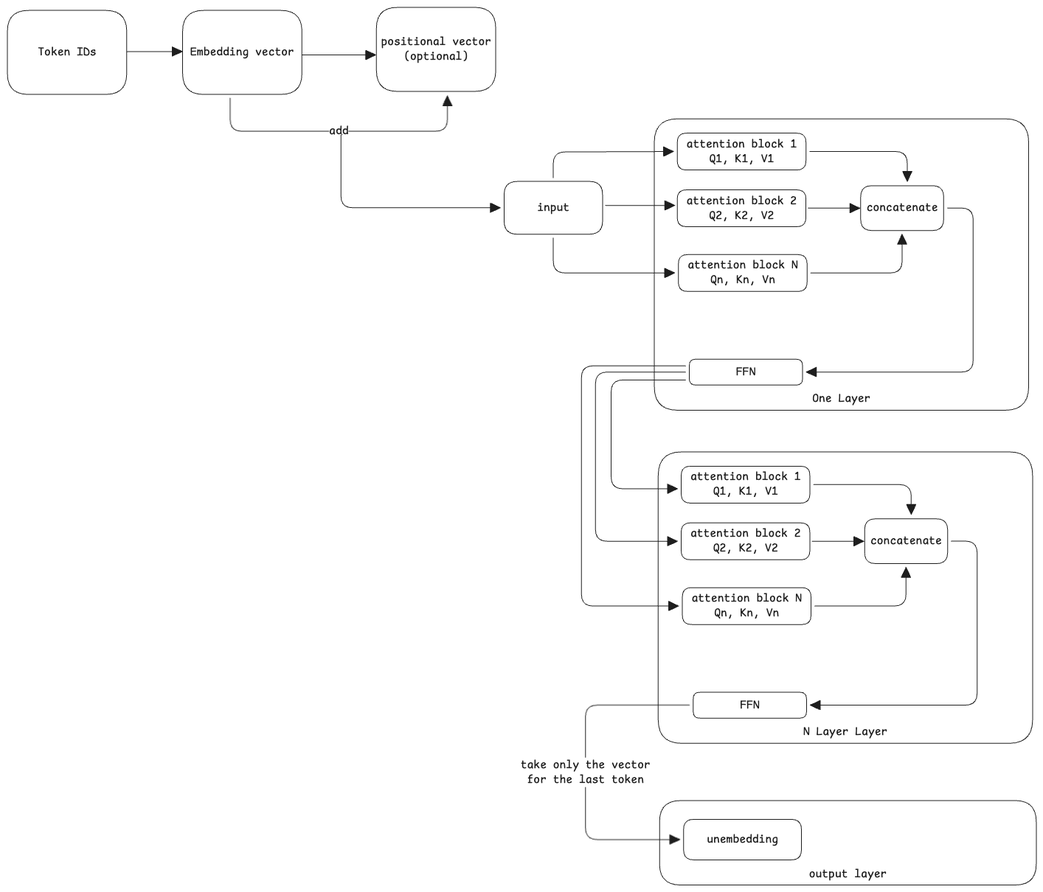
Earlier version of the Excalidraw export static/img/ai-llm-hl.excalidraw.png (swaroopar/inprogress-engineer). Source tidied: one line per element, renumbered; positions are measured from the earlier drawing's top-left corner, leaving out a move shared by most shapes.
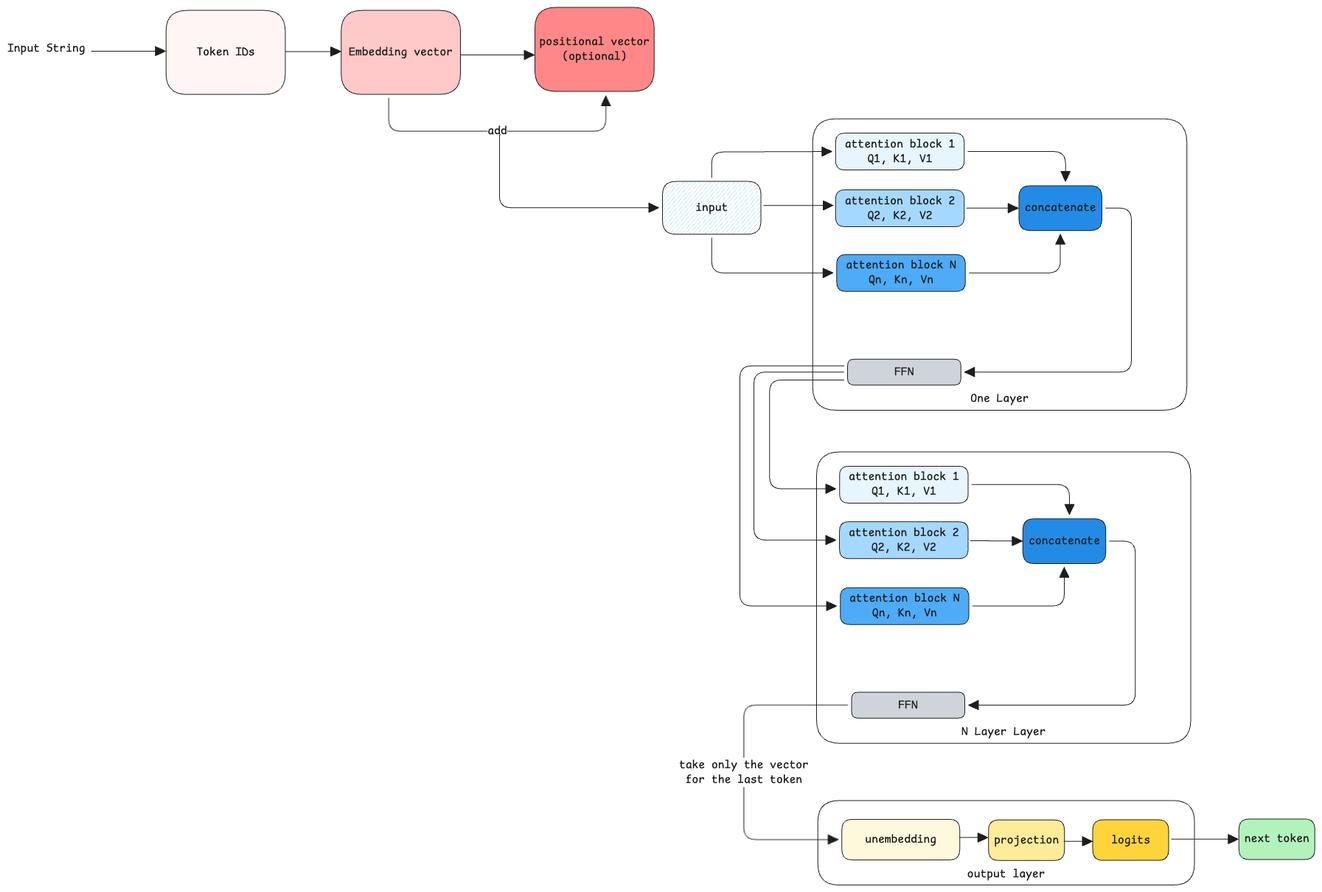
Above is the later version.

What changed in the source:
```diff
@@ -1,30 +1,30 @@
-{"id": 0, "type": "rectangle", "strokeColor": "#1e1e1e", "strokeWidth": 1, "roughness": 0, "round": true, "x": 0, "y": 4, "width": 162, "height": 114}
+{"id": 0, "type": "rectangle", "strokeColor": "#1e1e1e", "backgroundColor": "#fff5f5", "fillStyle": "solid", "strokeWidth": 1, "roughness": 0, "round": true, "x": 0, "y": 4, "width": 162, "height": 114}
 {"id": 1, "type": "text", "text": "Token IDs", "strokeColor": "#1e1e1e", "strokeWidth": 2, "roughness": 1, "fontSize": 16, "fontFamily": 8, "textAlign": "center", "verticalAlign": "middle", "inside": 0, "x": 41, "y": 51, "width": 79, "height": 20}
 {"id": 2, "type": "arrow", "strokeColor": "#1e1e1e", "strokeWidth": 1, "roughness": 0, "endArrowhead": "triangle", "from": 0, "x": 162, "y": 60, "width": 75, "height": 0, "points": [[0, 0], [75, 0]]}
-{"id": 3, "type": "rectangle", "strokeColor": "#1e1e1e", "strokeWidth": 1, "roughness": 0, "round": true, "x": 238, "y": 4, "width": 162, "height": 114}
+{"id": 3, "type": "rectangle", "strokeColor": "#1e1e1e", "backgroundColor": "#ffc9c9", "fillStyle": "solid", "strokeWidth": 1, "roughness": 0, "round": true, "x": 238, "y": 4, "width": 162, "height": 114}
 {"id": 4, "type": "text", "text": "Embedding vector", "strokeColor": "#1e1e1e", "strokeWidth": 2, "roughness": 1, "fontSize": 16, "fontFamily": 8, "textAlign": "center", "verticalAlign": "middle", "inside": 3, "x": 248, "y": 51, "width": 141, "height": 20}
-{"id": 5, "type": "rectangle", "strokeColor": "#1e1e1e", "strokeWidth": 1, "roughness": 0, "round": true, "x": 500, "y": 0, "width": 162, "height": 114}
+{"id": 5, "type": "rectangle", "strokeColor": "#1e1e1e", "backgroundColor": "#ff8787", "fillStyle": "solid", "strokeWidth": 1, "roughness": 0, "round": true, "x": 500, "y": 0, "width": 162, "height": 114}
 {"id": 6, "type": "text", "text": "positional vector\n(optional)", "strokeColor": "#1e1e1e", "strokeWidth": 2, "roughness": 1, "fontSize": 16, "fontFamily": 8, "textAlign": "center", "verticalAlign": "middle", "inside": 5, "x": 506, "y": 37, "width": 150, "height": 40}
 {"id": 7, "type": "arrow", "strokeColor": "#1e1e1e", "strokeWidth": 1, "roughness": 0, "endArrowhead": "triangle", "from": 3, "to": 5, "x": 400, "y": 65, "width": 100, "height": 0, "points": [[0, 0], [100, 0]]}
 {"id": 8, "type": "arrow", "strokeColor": "#1e1e1e", "strokeWidth": 1, "roughness": 0, "endArrowhead": "triangle", "from": 3, "to": 5, "x": 302, "y": 123, "width": 294, "height": 48, "points": [[0, 0], [0, 45], [294, 45], [294, -3]]}
 {"id": 9, "type": "text", "text": "add", "strokeColor": "#1e1e1e", "strokeWidth": 1, "roughness": 0, "fontSize": 16, "fontFamily": 8, "textAlign": "center", "verticalAlign": "middle", "inside": 8, "x": 436, "y": 158, "width": 26, "height": 20}
 {"id": 10, "type": "rectangle", "strokeColor": "#1e1e1e", "strokeWidth": 1, "roughness": 0, "round": true, "x": 877, "y": 151, "width": 508, "height": 395}
 {"id": 11, "type": "text", "text": "One Layer", "strokeColor": "#1e1e1e", "strokeWidth": 1, "roughness": 0, "fontSize": 16, "fontFamily": 8, "textAlign": "center", "verticalAlign": "bottom", "inside": 10, "x": 1091, "y": 521, "width": 79, "height": 20}
-{"id": 12, "type": "rectangle", "strokeColor": "#1e1e1e", "strokeWidth": 1, "roughness": 0, "round": true, "x": 924, "y": 477, "width": 154, "height": 35}
+{"id": 12, "type": "rectangle", "strokeColor": "#1e1e1e", "backgroundColor": "#ced4da", "fillStyle": "solid", "strokeWidth": 1, "roughness": 0, "round": true, "x": 924, "y": 477, "width": 154, "height": 35}
 {"id": 13, "type": "text", "text": "FFN", "strokeColor": "#1e1e1e", "strokeWidth": 1, "roughness": 0, "fontSize": 16, "fontFamily": 8, "textAlign": "center", "verticalAlign": "middle", "inside": 12, "x": 988, "y": 485, "width": 26, "height": 20}
-{"id": 14, "type": "rectangle", "strokeColor": "#1e1e1e", "strokeWidth": 1, "roughness": 0, "round": true, "x": 908, "y": 171, "width": 174, "height": 50}
+{"id": 14, "type": "rectangle", "strokeColor": "#1e1e1e", "backgroundColor": "#e7f5ff", "fillStyle": "solid", "strokeWidth": 1, "roughness": 0, "round": true, "x": 908, "y": 171, "width": 174, "height": 50}
 {"id": 15, "type": "text", "text": "attention block 1\nQ1, K1, V1", "strokeColor": "#1e1e1e", "strokeWidth": 1, "roughness": 0, "fontSize": 16, "fontFamily": 8, "textAlign": "center", "verticalAlign": "middle", "inside": 14, "x": 921, "y": 176, "width": 150, "height": 40}
-{"id": 16, "type": "rectangle", "strokeColor": "#1e1e1e", "strokeWidth": 1, "roughness": 0, "round": true, "x": 908, "y": 248, "width": 174, "height": 50}
+{"id": 16, "type": "rectangle", "strokeColor": "#1e1e1e", "backgroundColor": "#a5d8ff", "fillStyle": "solid", "strokeWidth": 1, "roughness": 0, "round": true, "x": 908, "y": 248, "width": 174, "height": 50}
 {"id": 17, "type": "text", "text": "attention block 2\nQ2, K2, V2", "strokeColor": "#1e1e1e", "strokeWidth": 1, "roughness": 0, "fontSize": 16, "fontFamily": 8, "textAlign": "center", "verticalAlign": "middle", "inside": 16, "x": 921, "y": 253, "width": 150, "height": 40}
-{"id": 18, "type": "rectangle", "strokeColor": "#1e1e1e", "strokeWidth": 1, "roughness": 0, "round": true, "x": 910, "y": 335, "width": 174, "height": 50}
+{"id": 18, "type": "rectangle", "strokeColor": "#1e1e1e", "backgroundColor": "#4dabf7", "fillStyle": "solid", "strokeWidth": 1, "roughness": 0, "round": true, "x": 910, "y": 335, "width": 174, "height": 50}
 {"id": 19, "type": "text", "text": "attention block N\nQn, Kn, Vn", "strokeColor": "#1e1e1e", "strokeWidth": 1, "roughness": 0, "fontSize": 16, "fontFamily": 8, "textAlign": "center", "verticalAlign": "middle", "inside": 18, "x": 922, "y": 340, "width": 150, "height": 40}
-{"id": 20, "type": "rectangle", "strokeColor": "#1e1e1e", "strokeWidth": 1, "roughness": 0, "round": true, "x": 673, "y": 236, "width": 133, "height": 72}
+{"id": 20, "type": "rectangle", "strokeColor": "#1e1e1e", "backgroundColor": "#a5d8ff", "fillStyle": "hachure", "strokeWidth": 1, "roughness": 0, "round": true, "x": 673, "y": 236, "width": 133, "height": 72}
 {"id": 21, "type": "text", "text": "input", "strokeColor": "#1e1e1e", "strokeWidth": 1, "roughness": 0, "fontSize": 16, "fontFamily": 8, "textAlign": "center", "verticalAlign": "middle", "inside": 20, "x": 718, "y": 262, "width": 44, "height": 20}
 {"id": 22, "type": "arrow", "strokeColor": "#1e1e1e", "strokeWidth": 1, "roughness": 0, "endArrowhead": "triangle", "to": 20, "x": 454, "y": 173, "width": 216, "height": 99, "points": [[0, 0], [-2, 0], [-2, 99], [215, 99]]}
 {"id": 23, "type": "arrow", "strokeColor": "#1e1e1e", "strokeWidth": 1, "roughness": 0, "endArrowhead": "triangle", "from": 20, "to": 14, "x": 740, "y": 231, "width": 163, "height": 36, "points": [[0, 0], [0, -35], [163, -36]]}
 {"id": 24, "type": "arrow", "strokeColor": "#1e1e1e", "strokeWidth": 1, "roughness": 0, "endArrowhead": "triangle", "from": 20, "to": 16, "x": 811, "y": 269, "width": 94, "height": 0, "points": [[0, 0], [94, 0]]}
 {"id": 25, "type": "arrow", "strokeColor": "#1e1e1e", "strokeWidth": 1, "roughness": 0, "endArrowhead": "triangle", "from": 20, "to": 18, "x": 740, "y": 313, "width": 165, "height": 48, "points": [[0, 0], [0, 48], [165, 48]]}
-{"id": 26, "type": "rectangle", "strokeColor": "#1e1e1e", "strokeWidth": 1, "roughness": 0, "round": true, "x": 1157, "y": 242, "width": 113, "height": 61}
+{"id": 26, "type": "rectangle", "strokeColor": "#1e1e1e", "backgroundColor": "#228be6", "fillStyle": "solid", "strokeWidth": 1, "roughness": 0, "round": true, "x": 1157, "y": 242, "width": 113, "height": 61}
 {"id": 27, "type": "text", "text": "concatenate", "strokeColor": "#1e1e1e", "strokeWidth": 1, "roughness": 0, "fontSize": 16, "fontFamily": 8, "textAlign": "center", "verticalAlign": "middle", "inside": 26, "x": 1165, "y": 262, "width": 97, "height": 20}
 {"id": 28, "type": "arrow", "strokeColor": "#1e1e1e", "strokeWidth": 1, "roughness": 0, "endArrowhead": "triangle", "from": 14, "to": 26, "x": 1088, "y": 196, "width": 132, "height": 41, "points": [[0, 0], [132, 0], [132, 41]]}
 {"id": 29, "type": "arrow", "strokeColor": "#1e1e1e", "strokeWidth": 1, "roughness": 0, "endArrowhead": "triangle", "from": 16, "to": 26, "x": 1086, "y": 272, "width": 70, "height": 0, "points": [[0, 0], [70, 0]]}
@@ -32,26 +32,37 @@
 {"id": 31, "type": "arrow", "strokeColor": "#1e1e1e", "strokeWidth": 1, "roughness": 0, "endArrowhead": "triangle", "from": 26, "to": 12, "x": 1274, "y": 272, "width": 226, "height": 222, "points": [[0, 0], [35, 0], [35, 222], [-191, 222]]}
 {"id": 32, "type": "rectangle", "strokeColor": "#1e1e1e", "strokeWidth": 1, "roughness": 0, "round": true, "x": 882, "y": 603, "width": 508, "height": 395}
 {"id": 33, "type": "text", "text": "N Layer Layer", "strokeColor": "#1e1e1e", "strokeWidth": 1, "roughness": 0, "fontSize": 16, "fontFamily": 8, "textAlign": "center", "verticalAlign": "bottom", "inside": 32, "x": 1079, "y": 973, "width": 114, "height": 20}
-{"id": 34, "type": "rectangle", "strokeColor": "#1e1e1e", "strokeWidth": 1, "roughness": 0, "round": true, "x": 930, "y": 929, "width": 154, "height": 35}
+{"id": 34, "type": "rectangle", "strokeColor": "#1e1e1e", "backgroundColor": "#ced4da", "fillStyle": "solid", "strokeWidth": 1, "roughness": 0, "round": true, "x": 930, "y": 929, "width": 154, "height": 35}
 {"id": 35, "type": "text", "text": "FFN", "strokeColor": "#1e1e1e", "strokeWidth": 1, "roughness": 0, "fontSize": 16, "fontFamily": 8, "textAlign": "center", "verticalAlign": "middle", "inside": 34, "x": 993, "y": 937, "width": 26, "height": 20}
-{"id": 36, "type": "rectangle", "strokeColor": "#1e1e1e", "strokeWidth": 1, "roughness": 0, "round": true, "x": 914, "y": 622, "width": 174, "height": 50}
+{"id": 36, "type": "rectangle", "strokeColor": "#1e1e1e", "backgroundColor": "#e7f5ff", "fillStyle": "solid", "strokeWidth": 1, "roughness": 0, "round": true, "x": 914, "y": 622, "width": 174, "height": 50}
 {"id": 37, "type": "text", "text": "attention block 1\nQ1, K1, V1", "strokeColor": "#1e1e1e", "strokeWidth": 1, "roughness": 0, "fontSize": 16, "fontFamily": 8, "textAlign": "center", "verticalAlign": "middle", "inside": 36, "x": 926, "y": 627, "width": 150, "height": 40}
-{"id": 38, "type": "rectangle", "strokeColor": "#1e1e1e", "strokeWidth": 1, "roughness": 0, "round": true, "x": 913, "y": 699, "width": 174, "height": 50}
+{"id": 38, "type": "rectangle", "strokeColor": "#1e1e1e", "backgroundColor": "#a5d8ff", "fillStyle": "solid", "strokeWidth": 1, "roughness": 0, "round": true, "x": 913, "y": 698, "width": 174, "height": 50}
-{"id": 39, "type": "text", "text": "attention block 2\nQ2, K2, V2", "strokeColor": "#1e1e1e", "strokeWidth": 1, "roughness": 0, "fontSize": 16, "fontFamily": 8, "textAlign": "center", "verticalAlign": "middle", "inside": 38, "x": 926, "y": 704, "width": 150, "height": 40}
+{"id": 39, "type": "text", "text": "attention block 2\nQ2, K2, V2", "strokeColor": "#1e1e1e", "strokeWidth": 1, "roughness": 0, "fontSize": 16, "fontFamily": 8, "textAlign": "center", "verticalAlign": "middle", "inside": 38, "x": 926, "y": 703, "width": 150, "height": 40}
-{"id": 40, "type": "rectangle", "strokeColor": "#1e1e1e", "strokeWidth": 1, "roughness": 0, "round": true, "x": 915, "y": 787, "width": 174, "height": 50}
+{"id": 40, "type": "rectangle", "strokeColor": "#1e1e1e", "backgroundColor": "#4dabf7", "fillStyle": "solid", "strokeWidth": 1, "roughness": 0, "round": true, "x": 915, "y": 787, "width": 174, "height": 50}
 {"id": 41, "type": "text", "text": "attention block N\nQn, Kn, Vn", "strokeColor": "#1e1e1e", "strokeWidth": 1, "roughness": 0, "fontSize": 16, "fontFamily": 8, "textAlign": "center", "verticalAlign": "middle", "inside": 40, "x": 927, "y": 792, "width": 150, "height": 40}
-{"id": 42, "type": "rectangle", "strokeColor": "#1e1e1e", "strokeWidth": 1, "roughness": 0, "round": true, "x": 1162, "y": 694, "width": 113, "height": 61}
+{"id": 42, "type": "rectangle", "strokeColor": "#1e1e1e", "backgroundColor": "#228be6", "fillStyle": "solid", "strokeWidth": 1, "roughness": 0, "round": true, "x": 1162, "y": 694, "width": 113, "height": 61}
 {"id": 43, "type": "text", "text": "concatenate", "strokeColor": "#1e1e1e", "strokeWidth": 1, "roughness": 0, "fontSize": 16, "fontFamily": 8, "textAlign": "center", "verticalAlign": "middle", "inside": 42, "x": 1170, "y": 714, "width": 97, "height": 20}
 {"id": 44, "type": "arrow", "strokeColor": "#1e1e1e", "strokeWidth": 1, "roughness": 0, "endArrowhead": "triangle", "from": 36, "to": 42, "x": 1093, "y": 647, "width": 132, "height": 41, "points": [[0, 0], [132, 0], [132, 41]]}
-{"id": 45, "type": "arrow", "strokeColor": "#1e1e1e", "strokeWidth": 1, "roughness": 0, "endArrowhead": "triangle", "from": 38, "to": 42, "x": 1091, "y": 724, "width": 70, "height": 0, "points": [[0, 0], [70, 0]]}
+{"id": 45, "type": "arrow", "strokeColor": "#1e1e1e", "strokeWidth": 1, "roughness": 0, "endArrowhead": "triangle", "from": 38, "to": 42, "x": 1091, "y": 723, "width": 70, "height": 1, "points": [[0, 0], [70, 1]]}
 {"id": 46, "type": "arrow", "strokeColor": "#1e1e1e", "strokeWidth": 1, "roughness": 0, "endArrowhead": "triangle", "from": 40, "to": 42, "x": 1094, "y": 812, "width": 124, "height": 53, "points": [[0, 0], [124, 0], [124, -53]]}
 {"id": 47, "type": "arrow", "strokeColor": "#1e1e1e", "strokeWidth": 1, "roughness": 0, "endArrowhead": "triangle", "from": 42, "to": 34, "x": 1280, "y": 724, "width": 226, "height": 222, "points": [[0, 0], [35, 0], [35, 222], [-191, 222]]}
 {"id": 48, "type": "arrow", "strokeColor": "#1e1e1e", "strokeWidth": 1, "roughness": 0, "endArrowhead": "triangle", "from": 12, "x": 920, "y": 505, "width": 101, "height": 148, "points": [[0, 0], [-101, 0], [-101, 148], [-11, 148]]}
-{"id": 49, "type": "arrow", "strokeColor": "#1e1e1e", "strokeWidth": 1, "roughness": 0, "endArrowhead": "triangle", "from": 12, "to": 38, "x": 919, "y": 495, "width": 122, "height": 230, "points": [[0, 0], [-122, 0], [-122, 230], [-11, 230]]}
+{"id": 49, "type": "arrow", "strokeColor": "#1e1e1e", "strokeWidth": 1, "roughness": 0, "endArrowhead": "triangle", "from": 12, "to": 38, "x": 919, "y": 495, "width": 122, "height": 228, "points": [[0, 0], [-122, 0], [-122, 228], [-11, 228]]}
-{"id": 50, "type": "arrow", "strokeColor": "#1e1e1e", "strokeWidth": 1, "roughness": 0, "endArrowhead": "triangle", "from": 12, "to": 40, "x": 919, "y": 486, "width": 141, "height": 326, "points": [[0, 0], [-141, 0], [-141, 326], [-9, 326]]}
+{"id": 50, "type": "arrow", "strokeColor": "#1e1e1e", "strokeWidth": 1, "roughness": 0, "endArrowhead": "triangle", "from": 12, "to": 40, "x": 919, "y": 486, "width": 141, "height": 326, "points": [[0, 0], [-141, 0], [-141, 326], [-10, 326]]}
 {"id": 51, "type": "rectangle", "strokeColor": "#1e1e1e", "strokeWidth": 1, "roughness": 0, "round": true, "x": 884, "y": 1076, "width": 511, "height": 115}
 {"id": 52, "type": "text", "text": "output layer", "strokeColor": "#1e1e1e", "strokeWidth": 1, "roughness": 0, "fontSize": 16, "fontFamily": 8, "textAlign": "center", "verticalAlign": "bottom", "inside": 51, "x": 1087, "y": 1166, "width": 106, "height": 20}
-{"id": 53, "type": "rectangle", "strokeColor": "#1e1e1e", "strokeWidth": 1, "roughness": 0, "round": true, "x": 917, "y": 1101, "width": 160, "height": 55}
+{"id": 53, "type": "rectangle", "strokeColor": "#1e1e1e", "backgroundColor": "#fff9db", "fillStyle": "solid", "strokeWidth": 1, "roughness": 0, "round": true, "x": 917, "y": 1101, "width": 160, "height": 55}
 {"id": 54, "type": "text", "text": "unembedding", "strokeColor": "#1e1e1e", "strokeWidth": 1, "roughness": 0, "fontSize": 16, "fontFamily": 8, "textAlign": "center", "verticalAlign": "middle", "inside": 53, "x": 948, "y": 1119, "width": 97, "height": 20}
 {"id": 55, "type": "arrow", "strokeColor": "#1e1e1e", "strokeWidth": 1, "roughness": 0, "endArrowhead": "triangle", "from": 34, "to": 53, "x": 925, "y": 947, "width": 141, "height": 182, "points": [[0, 0], [-141, 0], [-141, 182], [-13, 182]]}
 {"id": 56, "type": "text", "text": "take only the vector\nfor the last token", "strokeColor": "#1e1e1e", "strokeWidth": 1, "roughness": 0, "fontSize": 16, "fontFamily": 8, "textAlign": "center", "verticalAlign": "middle", "inside": 55, "x": 696, "y": 1018, "width": 176, "height": 40}
+{"id": 57, "type": "rectangle", "strokeColor": "#1e1e1e", "backgroundColor": "#ffec99", "fillStyle": "solid", "strokeWidth": 1, "roughness": 0, "round": true, "x": 1116, "y": 1102, "width": 103, "height": 55}
+{"id": 58, "type": "text", "text": "projection", "strokeColor": "#1e1e1e", "strokeWidth": 1, "roughness": 0, "fontSize": 16, "fontFamily": 8, "textAlign": "center", "verticalAlign": "middle", "inside": 57, "x": 1123, "y": 1120, "width": 88, "height": 20}
+{"id": 59, "type": "rectangle", "strokeColor": "#1e1e1e", "backgroundColor": "#ffd43b", "fillStyle": "solid", "strokeWidth": 1, "roughness": 0, "round": true, "x": 1257, "y": 1102, "width": 103, "height": 55}
+{"id": 60, "type": "text", "text": "logits", "strokeColor": "#1e1e1e", "strokeWidth": 1, "roughness": 0, "fontSize": 16, "fontFamily": 8, "textAlign": "center", "verticalAlign": "middle", "inside": 59, "x": 1282, "y": 1120, "width": 53, "height": 20}
+{"id": 61, "type": "arrow", "strokeColor": "#1e1e1e", "strokeWidth": 1, "roughness": 0, "endArrowhead": "triangle", "from": 59, "to": 62, "x": 1364, "y": 1128, "width": 91, "height": 0, "points": [[0, 0], [91, 0]]}
+{"id": 62, "type": "rectangle", "strokeColor": "#1e1e1e", "backgroundColor": "#b2f2bb", "fillStyle": "solid", "strokeWidth": 1, "roughness": 0, "round": true, "x": 1455, "y": 1101, "width": 103, "height": 55}
+{"id": 63, "type": "text", "text": "next token", "strokeColor": "#1e1e1e", "strokeWidth": 1, "roughness": 0, "fontSize": 16, "fontFamily": 8, "textAlign": "center", "verticalAlign": "middle", "inside": 62, "x": 1463, "y": 1118, "width": 88, "height": 20}
+{"id": 64, "type": "arrow", "strokeColor": "#1e1e1e", "strokeWidth": 1, "roughness": 0, "endArrowhead": "triangle", "to": 0, "x": -101, "y": 59, "width": 100, "height": 0, "points": [[0, 0], [100, 0]]}
+{"id": 65, "type": "text", "text": "Input String", "strokeColor": "#1e1e1e", "strokeWidth": 1, "roughness": 0, "fontSize": 16, "fontFamily": 8, "x": -215, "y": 46, "width": 106, "height": 20}
+{"id": 66, "type": "arrow", "strokeColor": "#1e1e1e", "backgroundColor": "#ced4da", "fillStyle": "solid", "strokeWidth": 1, "roughness": 0, "endArrowhead": "triangle", "from": 53, "to": 57, "x": 1076, "y": 1126, "width": 39, "height": 0, "points": [[0, 0], [39, 0]]}
+{"id": 67, "type": "arrow", "strokeColor": "#1e1e1e", "backgroundColor": "#ced4da", "fillStyle": "solid", "strokeWidth": 1, "roughness": 0, "endArrowhead": "triangle", "x": 1218, "y": 1131, "width": 39, "height": 0, "points": [[0, 0], [39, 0]]}
```
